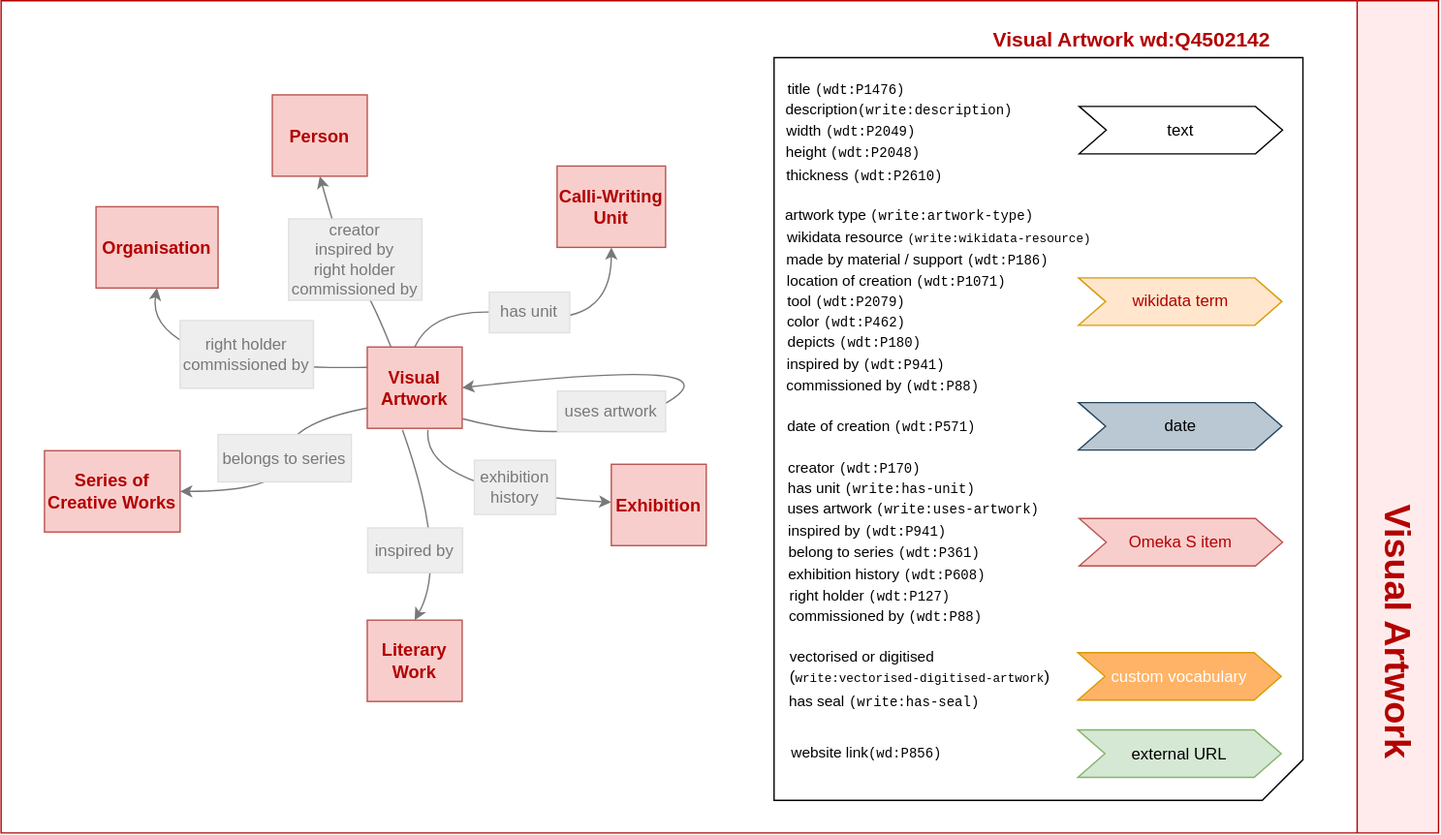
Before: static/img/visualArts.svg, a diagram exported from draw.io (write-dataset/documentation). Source tidied: cells renumbered, new cells last; positions are measured from the earlier drawing's top-left corner, leaving out a move shared by most shapes.
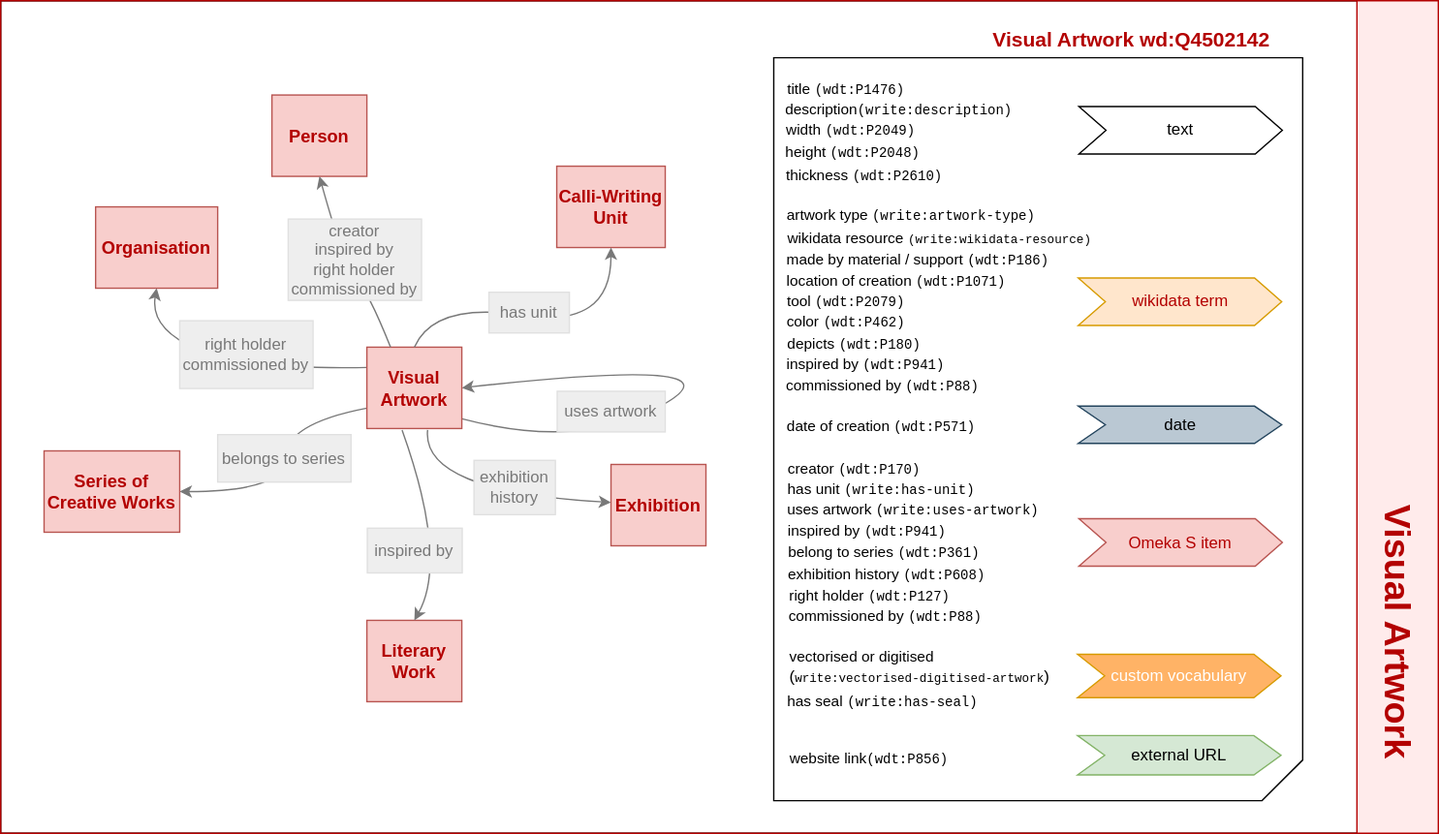
The same file after the commit.

Change to the diagram source:
```diff
@@ -2,6 +2,9 @@
   <root>
     <mxCell id="0" />
     <mxCell id="1" parent="0" />
+    <mxCell id="58" style="rounded=0;whiteSpace=wrap;html=1;" parent="1" vertex="1">
+      <mxGeometry width="1060" height="614" as="geometry" />
+    </mxCell>
     <mxCell id="2" style="curved=1;endArrow=classic;html=1;rounded=0;entryX=1;entryY=0.5;entryDx=0;entryDy=0;exitX=1.003;exitY=0.881;exitDx=0;exitDy=0;strokeColor=#787878;exitPerimeter=0;" parent="1" edge="1" source="13" target="13">
       <mxGeometry relative="1" as="geometry">
         <Array as="points">
@@ -33,7 +36,7 @@
       <mxGeometry x="795" y="78" width="150" height="35" as="geometry" />
     </mxCell>
     <mxCell id="7" value="date" style="shape=step;perimeter=stepPerimeter;whiteSpace=wrap;html=1;fixedSize=1;fillColor=#bac8d3;strokeColor=#23445d;" parent="1" vertex="1">
-      <mxGeometry x="794.5" y="296.5" width="150" height="35" as="geometry" />
+      <mxGeometry x="794.5" y="299" width="150" height="27.5" as="geometry" />
     </mxCell>
     <mxCell id="8" value="&lt;font color=&quot;#b30000&quot;&gt;Omeka S item&lt;/font&gt;" style="shape=step;perimeter=stepPerimeter;whiteSpace=wrap;html=1;fixedSize=1;fillColor=#f8cecc;strokeColor=#b85450;" parent="1" vertex="1">
       <mxGeometry x="795" y="382" width="150" height="35" as="geometry" />
@@ -192,16 +195,16 @@
       <mxGeometry x="573.5" y="502" width="154.5" height="30" as="geometry" />
     </mxCell>
     <mxCell id="54" value="&lt;font color=&quot;#ffffff&quot;&gt;custom vocabulary&lt;/font&gt;" style="shape=step;perimeter=stepPerimeter;whiteSpace=wrap;html=1;fixedSize=1;fillColor=#FFB366;strokeColor=#d79b00;" parent="1" vertex="1">
-      <mxGeometry x="794" y="481" width="150" height="35" as="geometry" />
+      <mxGeometry x="794" y="482" width="150" height="32" as="geometry" />
     </mxCell>
     <mxCell id="55" value="external URL" style="shape=step;perimeter=stepPerimeter;whiteSpace=wrap;html=1;fixedSize=1;fillColor=#d5e8d4;strokeColor=#82b366;" parent="1" vertex="1">
-      <mxGeometry x="794" y="538" width="150" height="35" as="geometry" />
+      <mxGeometry x="794" y="542" width="150" height="29" as="geometry" />
     </mxCell>
     <mxCell id="56" value="&lt;font color=&quot;#b30000&quot;&gt;&lt;span style=&quot;font-size: 27px;&quot;&gt;Visual Artwork&lt;span style=&quot;white-space: pre;&quot;&gt;&#9;&lt;/span&gt;&lt;/span&gt;&lt;/font&gt;" style="swimlane;horizontal=0;whiteSpace=wrap;html=1;startSize=60;rotation=-180;align=right;strokeColor=#B30000;fillColor=#FFEBEB;" parent="1" vertex="1">
       <mxGeometry width="1060" height="614" as="geometry" />
     </mxCell>
-    <mxCell id="57" value="&lt;span style=&quot;font-size: 11px;&quot;&gt;website link&lt;/span&gt;&lt;font face=&quot;Courier New&quot;&gt;&lt;span style=&quot;font-size: 10px;&quot;&gt;(wd:P856)&lt;/span&gt;&lt;/font&gt;" style="text;html=1;align=center;verticalAlign=middle;whiteSpace=wrap;rounded=0;" parent="56" vertex="1">
-      <mxGeometry x="561" y="540" width="154.5" height="30" as="geometry" />
+    <mxCell id="57" value="&lt;span style=&quot;font-size: 11px;&quot;&gt;website link&lt;/span&gt;&lt;font face=&quot;Courier New&quot;&gt;&lt;span style=&quot;font-size: 10px;&quot;&gt;(wdt:P856)&lt;/span&gt;&lt;/font&gt;" style="text;html=1;align=center;verticalAlign=middle;whiteSpace=wrap;rounded=0;" parent="56" vertex="1">
+      <mxGeometry x="563" y="544" width="154.5" height="30" as="geometry" />
     </mxCell>
   </root>
 </mxGraphModel>
```
